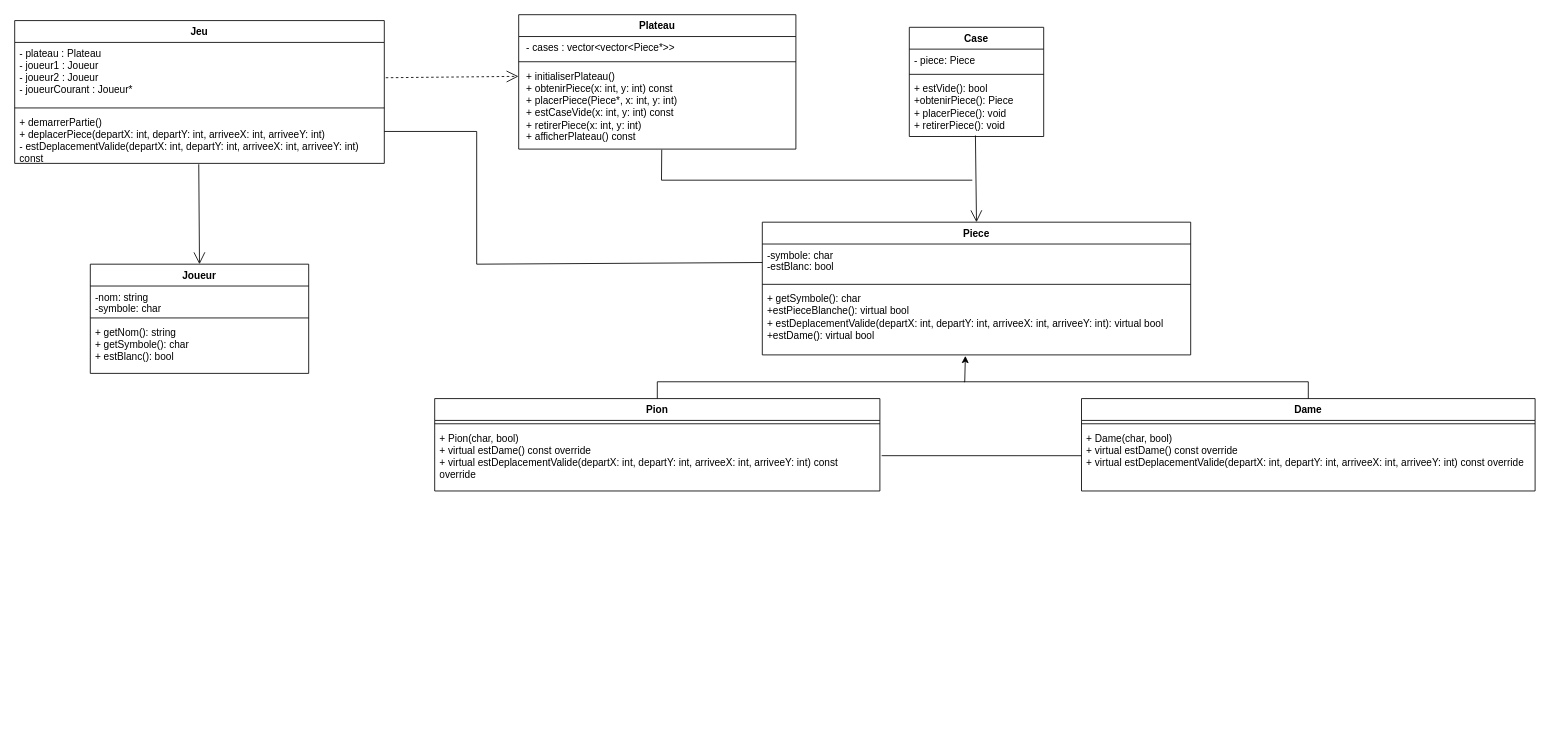
Earlier version of the draw.io diagram jeudedame.drawio (romaindbfl/Exo5POO). Source tidied: cells renumbered, new cells numbered last; positions are measured from the earlier drawing's top-left corner, leaving out a move shared by most shapes. Both pictures are drawn from the tidied source at 84%, with x=0, y=0 at pixel (14, 14).
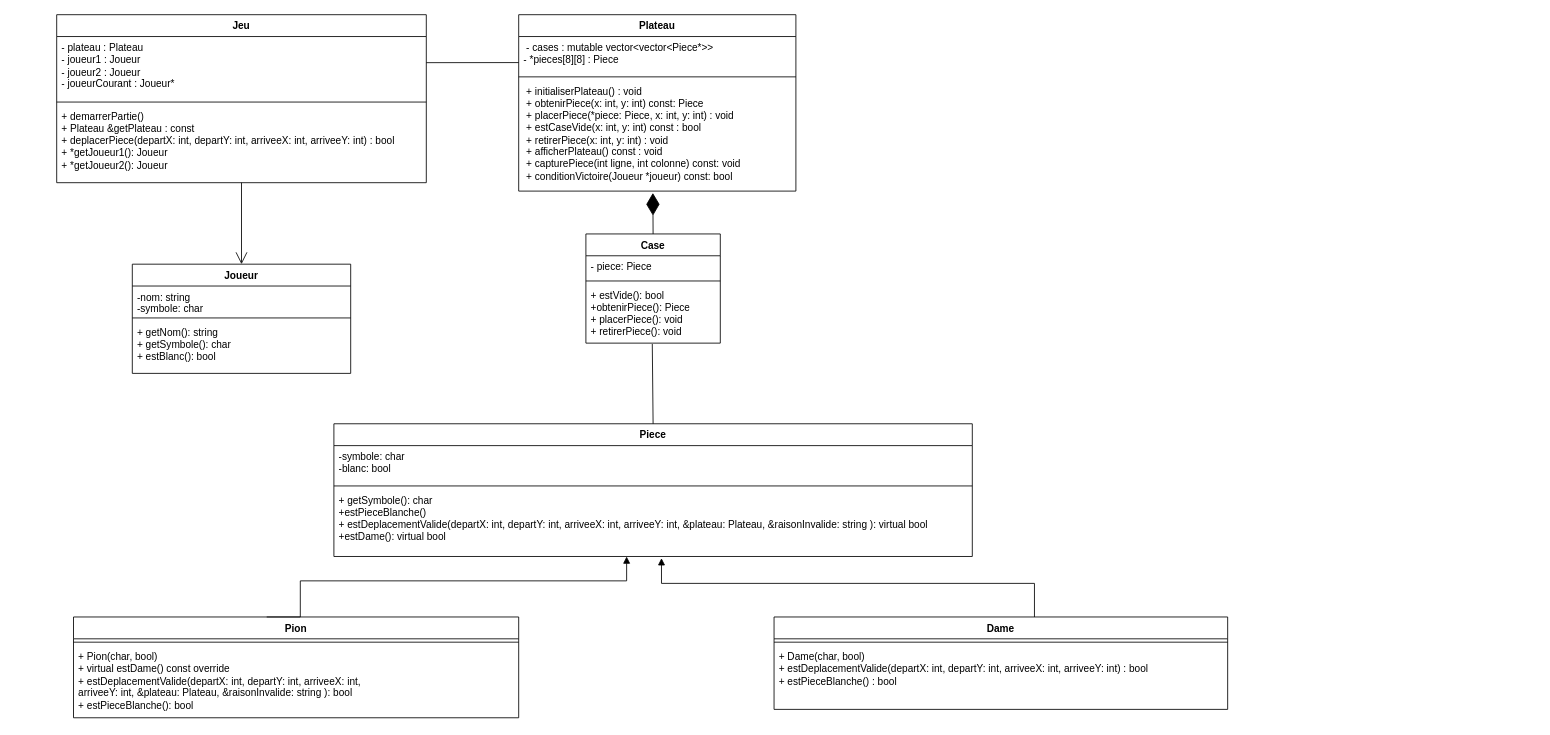
After the change.

The change refers to these unchanged cells:
```xml
<mxCell id="3" value="- plateau : Plateau&amp;nbsp;&amp;nbsp;&amp;nbsp;&amp;nbsp;&amp;nbsp;&amp;nbsp;&amp;nbsp;&amp;nbsp;&amp;nbsp;&amp;nbsp;&amp;nbsp;&amp;nbsp;&amp;nbsp;&amp;nbsp;&amp;nbsp;&amp;nbsp;&amp;nbsp;&amp;nbsp;&amp;nbsp; &lt;br&gt;- joueur1 : Joueur&amp;nbsp;&amp;nbsp;&amp;nbsp;&amp;nbsp;&amp;nbsp;&amp;nbsp;&amp;nbsp;&amp;nbsp;&amp;nbsp;&amp;nbsp;&amp;nbsp;&amp;nbsp;&amp;nbsp;&amp;nbsp;&amp;nbsp;&amp;nbsp;&amp;nbsp;&amp;nbsp;&amp;nbsp;&amp;nbsp; &lt;br&gt;- joueur2 : Joueur&amp;nbsp;&amp;nbsp;&amp;nbsp;&amp;nbsp;&amp;nbsp;&amp;nbsp;&amp;nbsp;&amp;nbsp;&amp;nbsp;&amp;nbsp;&amp;nbsp;&amp;nbsp;&amp;nbsp;&amp;nbsp;&amp;nbsp;&amp;nbsp;&amp;nbsp;&amp;nbsp;&amp;nbsp;&amp;nbsp; &lt;br&gt;- joueurCourant : Joueur*&amp;nbsp; " style="text;strokeColor=none;fillColor=none;align=left;verticalAlign=top;spacingLeft=4;spacingRight=4;overflow=hidden;points=[[0,0.5],[1,0.5]];portConstraint=eastwest;whiteSpace=wrap;html=1;" parent="2" vertex="1">
  <mxGeometry y="26" width="440" height="74" as="geometry" />
</mxCell>
<mxCell id="21" value="&lt;div&gt;+ estVide(): bool&lt;/div&gt;&lt;div&gt;+obtenirPiece(): Piece&lt;/div&gt;&lt;div&gt;+ placerPiece(): void&lt;/div&gt;&lt;div&gt;+ retirerPiece(): void&lt;br&gt;&lt;/div&gt;" style="text;strokeColor=none;fillColor=none;align=left;verticalAlign=top;spacingLeft=4;spacingRight=4;overflow=hidden;points=[[0,0.5],[1,0.5]];portConstraint=eastwest;whiteSpace=wrap;html=1;" parent="18" vertex="1">
  <mxGeometry y="60" width="160" height="70" as="geometry" />
</mxCell>
```

What changed in the source:
```diff
@@
     <mxCell id="2" value="Jeu" style="swimlane;fontStyle=1;align=center;verticalAlign=top;horizontal=1;startSize=26;whiteSpace=wrap;html=1;" parent="1" vertex="1">
-      <mxGeometry y="7" width="440" height="170" as="geometry" />
+      <mxGeometry x="50" width="440" height="200" as="geometry" />
     </mxCell>
@@
-    <mxCell id="5" value="+ demarrerPartie()&amp;nbsp;&amp;nbsp;&amp;nbsp;&amp;nbsp;&amp;nbsp;&amp;nbsp;&amp;nbsp;&amp;nbsp;&amp;nbsp;&amp;nbsp;&amp;nbsp;&amp;nbsp;&amp;nbsp;&amp;nbsp;&amp;nbsp;&amp;nbsp;&amp;nbsp;&amp;nbsp;&amp;nbsp;&amp;nbsp; &lt;br&gt;+ deplacerPiece(departX: int, departY: int, arriveeX: int, arriveeY: int)&amp;nbsp;&amp;nbsp;&amp;nbsp; &lt;br&gt;- estDeplacementValide(departX: int, departY: int, arriveeX: int, arriveeY: int) const " style="text;strokeColor=none;fillColor=none;align=left;verticalAlign=top;spacingLeft=4;spacingRight=4;overflow=hidden;points=[[0,0.5],[1,0.5]];portConstraint=eastwest;whiteSpace=wrap;html=1;" parent="2" vertex="1">
-      <mxGeometry y="108" width="440" height="62" as="geometry" />
+    <mxCell id="5" value="&lt;div&gt;+ demarrerPartie()&amp;nbsp;&amp;nbsp;&lt;/div&gt;&lt;div&gt;+ Plateau &amp;amp;getPlateau : const &amp;nbsp;&amp;nbsp;&amp;nbsp;&amp;nbsp;&amp;nbsp;&amp;nbsp;&amp;nbsp;&amp;nbsp;&amp;nbsp;&amp;nbsp;&amp;nbsp;&amp;nbsp;&amp;nbsp;&amp;nbsp;&amp;nbsp;&amp;nbsp; &lt;/div&gt;+ deplacerPiece(departX: int, departY: int, arriveeX: int, arriveeY: int) : bool &amp;nbsp;&amp;nbsp; &lt;br&gt;&lt;div&gt;+ *getJoueur1(): Joueur&lt;/div&gt;&lt;div&gt;+ *getJoueur2(): Joueur&lt;/div&gt;" style="text;strokeColor=none;fillColor=none;align=left;verticalAlign=top;spacingLeft=4;spacingRight=4;overflow=hidden;points=[[0,0.5],[1,0.5]];portConstraint=eastwest;whiteSpace=wrap;html=1;" parent="2" vertex="1">
+      <mxGeometry y="108" width="440" height="92" as="geometry" />
     </mxCell>
     <mxCell id="6" value="Plateau" style="swimlane;fontStyle=1;align=center;verticalAlign=top;horizontal=1;startSize=26;whiteSpace=wrap;html=1;" parent="1" vertex="1">
-      <mxGeometry x="600" width="330" height="160" as="geometry" />
+      <mxGeometry x="600" width="330" height="210" as="geometry" />
     </mxCell>
-    <mxCell id="7" value="&amp;nbsp;- cases : vector&amp;lt;vector&amp;lt;Piece*&amp;gt;&amp;gt;" style="text;strokeColor=none;fillColor=none;align=left;verticalAlign=top;spacingLeft=4;spacingRight=4;overflow=hidden;whiteSpace=wrap;html=1;" parent="6" vertex="1">
-      <mxGeometry y="26" width="330" height="26" as="geometry" />
+    <mxCell id="7" value="&lt;div&gt;&amp;nbsp;- cases : mutable vector&amp;lt;vector&amp;lt;Piece*&amp;gt;&amp;gt;&lt;/div&gt;&lt;div&gt;- *pieces[8][8] : Piece &amp;nbsp;&amp;nbsp;&amp;nbsp;&amp;nbsp;&amp;nbsp;&amp;nbsp;&amp;nbsp;&amp;nbsp;&amp;nbsp;&amp;nbsp;&amp;nbsp;&amp;nbsp;&amp;nbsp;&amp;nbsp;&amp;nbsp; &lt;br&gt;&lt;br&gt;&lt;/div&gt;" style="text;strokeColor=none;fillColor=none;align=left;verticalAlign=top;spacingLeft=4;spacingRight=4;overflow=hidden;whiteSpace=wrap;html=1;" parent="6" vertex="1">
+      <mxGeometry y="26" width="330" height="44" as="geometry" />
     </mxCell>
     <mxCell id="8" style="line;strokeWidth=1;fillColor=none;align=left;verticalAlign=middle;spacingTop=-1;spacingLeft=3;spacingRight=3;labelPosition=right;strokeColor=inherit;" parent="6" vertex="1">
-      <mxGeometry y="52" width="330" height="8" as="geometry" />
+      <mxGeometry y="70" width="330" height="8" as="geometry" />
     </mxCell>
-    <mxCell id="9" value="&amp;nbsp;+ initialiserPlateau()&amp;nbsp;&amp;nbsp;&amp;nbsp;&amp;nbsp;&amp;nbsp;&amp;nbsp;&amp;nbsp;&amp;nbsp;&amp;nbsp;&amp;nbsp;&amp;nbsp;&amp;nbsp;&amp;nbsp;&amp;nbsp;&amp;nbsp;&amp;nbsp; &lt;br&gt;&amp;nbsp;+ obtenirPiece(x: int, y: int) const&amp;nbsp;&amp;nbsp;&amp;nbsp;&amp;nbsp;&amp;nbsp;&amp;nbsp;&amp;nbsp;&amp;nbsp; &lt;br&gt;&amp;nbsp;+ placerPiece(Piece*,&amp;nbsp;x: int, y: int)&amp;nbsp;&amp;nbsp;&amp;nbsp;&amp;nbsp;&amp;nbsp;&amp;nbsp;&amp;nbsp; &lt;br&gt;&amp;nbsp;+ estCaseVide(x: int, y: int) const&amp;nbsp;&amp;nbsp;&amp;nbsp;&amp;nbsp;&amp;nbsp;&amp;nbsp;&amp;nbsp;&amp;nbsp;&amp;nbsp; &lt;br&gt;&amp;nbsp;+ retirerPiece(x: int, y: int)&amp;nbsp;&amp;nbsp;&amp;nbsp;&amp;nbsp;&amp;nbsp;&amp;nbsp;&amp;nbsp;&amp;nbsp;&amp;nbsp;&amp;nbsp;&amp;nbsp;&amp;nbsp;&amp;nbsp;&amp;nbsp; &lt;br&gt;&amp;nbsp;+ afficherPlateau() const " style="text;strokeColor=none;fillColor=none;align=left;verticalAlign=top;spacingLeft=4;spacingRight=4;overflow=hidden;points=[[0,0.5],[1,0.5]];portConstraint=eastwest;whiteSpace=wrap;html=1;" parent="6" vertex="1">
-      <mxGeometry y="60" width="330" height="100" as="geometry" />
+    <mxCell id="9" value="&amp;nbsp;+ initialiserPlateau() : void &amp;nbsp;&amp;nbsp;&amp;nbsp;&amp;nbsp;&amp;nbsp;&amp;nbsp;&amp;nbsp;&amp;nbsp;&amp;nbsp;&amp;nbsp;&amp;nbsp; &lt;br&gt;&amp;nbsp;+ obtenirPiece(x: int, y: int) const: Piece &amp;nbsp;&amp;nbsp;&amp;nbsp;&amp;nbsp;&amp;nbsp;&amp;nbsp;&amp;nbsp; &lt;br&gt;&amp;nbsp;+ placerPiece(*piece: Piece,&amp;nbsp;x: int, y: int) : void&lt;br&gt;&amp;nbsp;+ estCaseVide(x: int, y: int) const : bool &amp;nbsp;&amp;nbsp;&amp;nbsp;&amp;nbsp;&amp;nbsp;&amp;nbsp;&amp;nbsp; &lt;br&gt;&amp;nbsp;+ retirerPiece(x: int, y: int) : void &amp;nbsp;&amp;nbsp;&amp;nbsp;&amp;nbsp;&amp;nbsp;&amp;nbsp;&amp;nbsp;&amp;nbsp;&amp;nbsp;&amp;nbsp;&amp;nbsp; &lt;br&gt;&lt;div&gt;&amp;nbsp;+ afficherPlateau() const : void&lt;/div&gt;&lt;div&gt;&amp;nbsp;+ capturePiece(int ligne, int colonne) const: void&lt;br&gt;&amp;nbsp;+ conditionVictoire(Joueur *joueur) const: bool&lt;br&gt; &lt;/div&gt;" style="text;strokeColor=none;fillColor=none;align=left;verticalAlign=top;spacingLeft=4;spacingRight=4;overflow=hidden;points=[[0,0.5],[1,0.5]];portConstraint=eastwest;whiteSpace=wrap;html=1;" parent="6" vertex="1">
+      <mxGeometry y="78" width="330" height="132" as="geometry" />
     </mxCell>
     <mxCell id="10" value="Piece" style="swimlane;fontStyle=1;align=center;verticalAlign=top;horizontal=1;startSize=26;whiteSpace=wrap;html=1;" parent="1" vertex="1">
-      <mxGeometry x="890" y="247" width="510" height="158" as="geometry" />
+      <mxGeometry x="380" y="487" width="760" height="158" as="geometry" />
     </mxCell>
-    <mxCell id="11" value="&lt;div&gt;-symbole: char&lt;/div&gt;&lt;div&gt;-estBlanc: bool&lt;br&gt;&lt;/div&gt;" style="text;strokeColor=none;fillColor=none;align=left;verticalAlign=top;spacingLeft=4;spacingRight=4;overflow=hidden;points=[[0,0.5],[1,0.5]];portConstraint=eastwest;whiteSpace=wrap;html=1;" parent="10" vertex="1">
-      <mxGeometry y="26" width="510" height="44" as="geometry" />
+    <mxCell id="11" value="&lt;div&gt;-symbole: char&lt;/div&gt;&lt;div&gt;-blanc: bool&lt;br&gt;&lt;/div&gt;" style="text;strokeColor=none;fillColor=none;align=left;verticalAlign=top;spacingLeft=4;spacingRight=4;overflow=hidden;points=[[0,0.5],[1,0.5]];portConstraint=eastwest;whiteSpace=wrap;html=1;" parent="10" vertex="1">
+      <mxGeometry y="26" width="760" height="44" as="geometry" />
     </mxCell>
     <mxCell id="12" style="line;strokeWidth=1;fillColor=none;align=left;verticalAlign=middle;spacingTop=-1;spacingLeft=3;spacingRight=3;labelPosition=right;strokeColor=inherit;" parent="10" vertex="1">
-      <mxGeometry y="70" width="510" height="8" as="geometry" />
+      <mxGeometry y="70" width="760" height="8" as="geometry" />
     </mxCell>
-    <mxCell id="13" value="&lt;div&gt;+ getSymbole(): char&lt;/div&gt;&lt;div&gt;+estPieceBlanche(): virtual bool&lt;/div&gt;&lt;div&gt;+ estDeplacementValide(departX: int, departY: int, arriveeX: int, arriveeY: int): virtual bool&lt;/div&gt;&lt;div&gt;+estDame(): virtual bool&lt;br&gt; &lt;/div&gt;" style="text;strokeColor=none;fillColor=none;align=left;verticalAlign=top;spacingLeft=4;spacingRight=4;overflow=hidden;points=[[0,0.5],[1,0.5]];portConstraint=eastwest;whiteSpace=wrap;html=1;" parent="10" vertex="1">
-      <mxGeometry y="78" width="510" height="80" as="geometry" />
+    <mxCell id="13" value="&lt;div&gt;+ getSymbole(): char&lt;/div&gt;&lt;div&gt;+estPieceBlanche()&lt;br&gt;&lt;/div&gt;&lt;div&gt;+ estDeplacementValide(departX: int, departY: int, arriveeX: int, arriveeY: int, &amp;amp;plateau: Plateau, &amp;amp;raisonInvalide: string ): virtual bool&lt;/div&gt;&lt;div&gt;+estDame(): virtual bool&lt;br&gt; &lt;/div&gt;" style="text;strokeColor=none;fillColor=none;align=left;verticalAlign=top;spacingLeft=4;spacingRight=4;overflow=hidden;points=[[0,0.5],[1,0.5]];portConstraint=eastwest;whiteSpace=wrap;html=1;" parent="10" vertex="1">
+      <mxGeometry y="78" width="760" height="80" as="geometry" />
     </mxCell>
     <mxCell id="14" value="Joueur" style="swimlane;fontStyle=1;align=center;verticalAlign=top;horizontal=1;startSize=26;whiteSpace=wrap;html=1;" parent="1" vertex="1">
-      <mxGeometry x="90" y="297" width="260" height="130" as="geometry" />
+      <mxGeometry x="140" y="297" width="260" height="130" as="geometry" />
     </mxCell>
@@
     <mxCell id="18" value="Case" style="swimlane;fontStyle=1;align=center;verticalAlign=top;horizontal=1;startSize=26;whiteSpace=wrap;html=1;" parent="1" vertex="1">
-      <mxGeometry x="1065" y="15" width="160" height="130" as="geometry" />
+      <mxGeometry x="680" y="261" width="160" height="130" as="geometry" />
     </mxCell>
@@
     <mxCell id="22" value="Pion" style="swimlane;fontStyle=1;align=center;verticalAlign=top;horizontal=1;startSize=26;whiteSpace=wrap;html=1;" parent="1" vertex="1">
-      <mxGeometry x="500" y="457" width="530" height="110" as="geometry" />
+      <mxGeometry x="70" y="717" width="530" height="120" as="geometry" />
     </mxCell>
@@
-    <mxCell id="24" value="+ Pion(char, bool)&amp;nbsp;&amp;nbsp;&amp;nbsp;&amp;nbsp;&amp;nbsp;&amp;nbsp;&amp;nbsp;&amp;nbsp;&amp;nbsp;&amp;nbsp;&amp;nbsp;&amp;nbsp;&amp;nbsp;&amp;nbsp;&amp;nbsp;&amp;nbsp;&amp;nbsp;&amp;nbsp;&amp;nbsp;&amp;nbsp; &lt;br&gt;+ virtual estDame() const override&amp;nbsp;&amp;nbsp;&amp;nbsp;&amp;nbsp; &lt;br&gt;+ virtual estDeplacementValide(departX: int, departY: int, arriveeX: int, arriveeY: int) const override " style="text;strokeColor=none;fillColor=none;align=left;verticalAlign=top;spacingLeft=4;spacingRight=4;overflow=hidden;points=[[0,0.5],[1,0.5]];portConstraint=eastwest;whiteSpace=wrap;html=1;" parent="22" vertex="1">
-      <mxGeometry y="34" width="530" height="76" as="geometry" />
+    <mxCell id="24" value="+ Pion(char, bool)&amp;nbsp;&amp;nbsp;&amp;nbsp;&amp;nbsp;&amp;nbsp;&amp;nbsp;&amp;nbsp;&amp;nbsp;&amp;nbsp;&amp;nbsp;&amp;nbsp;&amp;nbsp;&amp;nbsp;&amp;nbsp;&amp;nbsp;&amp;nbsp;&amp;nbsp;&amp;nbsp;&amp;nbsp;&amp;nbsp; &lt;br&gt;+ virtual estDame() const override&amp;nbsp;&amp;nbsp;&amp;nbsp;&amp;nbsp; &lt;br&gt;&lt;div&gt;+ estDeplacementValide(departX: int, departY: int, arriveeX: int, &lt;br&gt;arriveeY: int, &amp;amp;plateau: Plateau, &amp;amp;raisonInvalide: string ): bool&lt;/div&gt;&lt;div&gt;+ estPieceBlanche(): bool&lt;br&gt;&lt;/div&gt;&lt;div&gt;&lt;br&gt;&lt;/div&gt;" style="text;strokeColor=none;fillColor=none;align=left;verticalAlign=top;spacingLeft=4;spacingRight=4;overflow=hidden;points=[[0,0.5],[1,0.5]];portConstraint=eastwest;whiteSpace=wrap;html=1;" parent="22" vertex="1">
+      <mxGeometry y="34" width="530" height="86" as="geometry" />
     </mxCell>
     <mxCell id="25" value="Dame" style="swimlane;fontStyle=1;align=center;verticalAlign=top;horizontal=1;startSize=26;whiteSpace=wrap;html=1;" parent="1" vertex="1">
-      <mxGeometry x="1270" y="457" width="540" height="110" as="geometry" />
+      <mxGeometry x="904" y="717" width="540" height="110" as="geometry" />
     </mxCell>
@@
-    <mxCell id="27" value="+ Dame(char, bool)&amp;nbsp;&amp;nbsp;&amp;nbsp;&amp;nbsp;&amp;nbsp;&amp;nbsp;&amp;nbsp;&amp;nbsp;&amp;nbsp;&amp;nbsp;&amp;nbsp;&amp;nbsp;&amp;nbsp;&amp;nbsp;&amp;nbsp;&amp;nbsp;&amp;nbsp;&amp;nbsp;&amp;nbsp;&amp;nbsp; &lt;br&gt;+ virtual estDame() const override&amp;nbsp;&amp;nbsp;&amp;nbsp;&amp;nbsp; &lt;br&gt;+ virtual estDeplacementValide(departX: int, departY: int, arriveeX: int, arriveeY: int) const override" style="text;strokeColor=none;fillColor=none;align=left;verticalAlign=top;spacingLeft=4;spacingRight=4;overflow=hidden;whiteSpace=wrap;html=1;" parent="25" vertex="1">
+    <mxCell id="27" value="+ Dame(char, bool)&amp;nbsp;&amp;nbsp;&amp;nbsp;&amp;nbsp;&amp;nbsp;&amp;nbsp;&amp;nbsp;&amp;nbsp;&amp;nbsp;&amp;nbsp;&amp;nbsp;&amp;nbsp;&amp;nbsp;&amp;nbsp;&amp;nbsp;&amp;nbsp;&amp;nbsp;&amp;nbsp;&amp;nbsp;&amp;nbsp; &lt;br&gt;&lt;div&gt;+ estDeplacementValide(departX: int, departY: int, arriveeX: int, arriveeY: int) : bool&lt;/div&gt;&lt;div&gt;+ estPieceBlanche() : bool&lt;br&gt;&lt;br&gt;&lt;/div&gt;" style="text;strokeColor=none;fillColor=none;align=left;verticalAlign=top;spacingLeft=4;spacingRight=4;overflow=hidden;whiteSpace=wrap;html=1;" parent="25" vertex="1">
       <mxGeometry y="34" width="540" height="76" as="geometry" />
     </mxCell>
+    <mxCell id="36" style="endArrow=diamondThin;endFill=1;endSize=24;html=1;rounded=0;entryX=0.484;entryY=1.017;entryDx=0;entryDy=0;entryPerimeter=0;exitX=0.5;exitY=0;exitDx=0;exitDy=0;" parent="1" edge="1" source="18" target="9">
+      <mxGeometry relative="1" as="geometry" />
+    </mxCell>
+    <mxCell id="37" style="endArrow=none;html=1;rounded=0;exitX=0.5;exitY=0;exitDx=0;exitDy=0;entryX=0.494;entryY=1.014;entryDx=0;entryDy=0;entryPerimeter=0;" parent="1" edge="1" source="10" target="21">
+      <mxGeometry relative="1" as="geometry" />
+    </mxCell>
+    <mxCell id="38" style="endArrow=block;endFill=1;html=1;edgeStyle=orthogonalEdgeStyle;align=left;verticalAlign=top;rounded=0;exitX=0.5;exitY=0;exitDx=0;exitDy=0;entryX=0.561;entryY=1.033;entryDx=0;entryDy=0;entryPerimeter=0;" parent="1" edge="1">
+      <mxGeometry x="-1" relative="1" as="geometry">
+        <mxPoint x="300" y="717" as="sourcePoint" />
+        <mxPoint x="728.5" y="645" as="targetPoint" />
+        <Array as="points">
+          <mxPoint x="340" y="717" />
+          <mxPoint x="340" y="674" />
+          <mxPoint x="729" y="674" />
+        </Array>
+      </mxGeometry>
+    </mxCell>
+    <mxCell id="39" style="endArrow=block;endFill=1;html=1;edgeStyle=orthogonalEdgeStyle;align=left;verticalAlign=top;rounded=0;exitX=0.5;exitY=0;exitDx=0;exitDy=0;" parent="1" edge="1">
+      <mxGeometry x="-1" relative="1" as="geometry">
+        <mxPoint x="1214" y="717" as="sourcePoint" />
+        <mxPoint x="770" y="647" as="targetPoint" />
+        <Array as="points">
+          <mxPoint x="1214" y="677" />
+          <mxPoint x="770" y="677" />
+        </Array>
+      </mxGeometry>
+    </mxCell>
-    <mxCell id="28" style="endArrow=open;endFill=1;endSize=12;html=1;rounded=0;exitX=0.498;exitY=1.017;exitDx=0;exitDy=0;exitPerimeter=0;entryX=0.5;entryY=0;entryDx=0;entryDy=0;" parent="1" edge="1" source="5" target="14">
+    <mxCell id="28" style="endArrow=open;endFill=1;endSize=12;html=1;rounded=0;exitX=0.5;exitY=1;exitDx=0;exitDy=0;exitPerimeter=0;entryX=0.5;entryY=0;entryDx=0;entryDy=0;" parent="1" edge="1" source="5" target="14">
       <mxGeometry relative="1" as="geometry" />
     </mxCell>
-    <mxCell id="29" style="endArrow=classic;html=1;rounded=0;exitX=0.5;exitY=0;exitDx=0;exitDy=0;entryX=0.474;entryY=1.015;entryDx=0;entryDy=0;entryPerimeter=0;" parent="1" edge="1" source="22" target="13">
-      <mxGeometry relative="1" as="geometry">
-        <Array as="points">
-          <mxPoint x="765" y="437" />
-          <mxPoint x="1131" y="437" />
-        </Array>
-      </mxGeometry>
-    </mxCell>
-    <mxCell id="30" style="endArrow=none;html=1;rounded=0;exitX=0.5;exitY=0;exitDx=0;exitDy=0;" parent="1" edge="1" source="25">
-      <mxGeometry relative="1" as="geometry">
-        <mxPoint x="1130" y="437" as="targetPoint" />
-        <Array as="points">
-          <mxPoint x="1540" y="437" />
-        </Array>
-      </mxGeometry>
-    </mxCell>
-    <mxCell id="31" style="endArrow=none;html=1;rounded=0;exitX=1.004;exitY=0.447;exitDx=0;exitDy=0;exitPerimeter=0;" parent="1" edge="1" source="24">
-      <mxGeometry relative="1" as="geometry">
-        <mxPoint x="1270" y="525" as="targetPoint" />
-      </mxGeometry>
-    </mxCell>
-    <mxCell id="32" style="endArrow=open;endFill=1;endSize=12;html=1;rounded=0;exitX=0.492;exitY=0.983;exitDx=0;exitDy=0;exitPerimeter=0;entryX=0.5;entryY=0;entryDx=0;entryDy=0;" parent="1" edge="1" source="21" target="10">
-      <mxGeometry relative="1" as="geometry" />
-    </mxCell>
-    <mxCell id="33" style="endArrow=none;html=1;rounded=0;exitX=1;exitY=0.5;exitDx=0;exitDy=0;entryX=0;entryY=0.5;entryDx=0;entryDy=0;" parent="1" edge="1" target="11">
-      <mxGeometry relative="1" as="geometry">
-        <mxPoint x="440" y="139" as="sourcePoint" />
-        <Array as="points">
-          <mxPoint x="550" y="139" />
-          <mxPoint x="550" y="297" />
-        </Array>
-      </mxGeometry>
-    </mxCell>
-    <mxCell id="34" style="endArrow=none;html=1;rounded=0;entryX=0.516;entryY=1.007;entryDx=0;entryDy=0;entryPerimeter=0;" parent="1" edge="1" target="9">
-      <mxGeometry relative="1" as="geometry">
-        <mxPoint x="1140" y="197" as="sourcePoint" />
-        <Array as="points">
-          <mxPoint x="770" y="197" />
-        </Array>
-      </mxGeometry>
-    </mxCell>
-    <mxCell id="35" style="endArrow=open;endSize=12;dashed=1;html=1;rounded=0;exitX=1.004;exitY=0.568;exitDx=0;exitDy=0;exitPerimeter=0;entryX=-0.001;entryY=0.134;entryDx=0;entryDy=0;entryPerimeter=0;" parent="1" edge="1" source="3" target="9">
-      <mxGeometry relative="1" as="geometry" />
-    </mxCell>
+    <mxCell id="40" style="endArrow=none;html=1;rounded=0;entryX=0;entryY=-0.008;entryDx=0;entryDy=0;entryPerimeter=0;" parent="1" edge="1">
+      <mxGeometry relative="1" as="geometry">
+        <mxPoint x="490" y="57.1" as="sourcePoint" />
+        <mxPoint x="600" y="57" as="targetPoint" />
+      </mxGeometry>
+    </mxCell>
```
